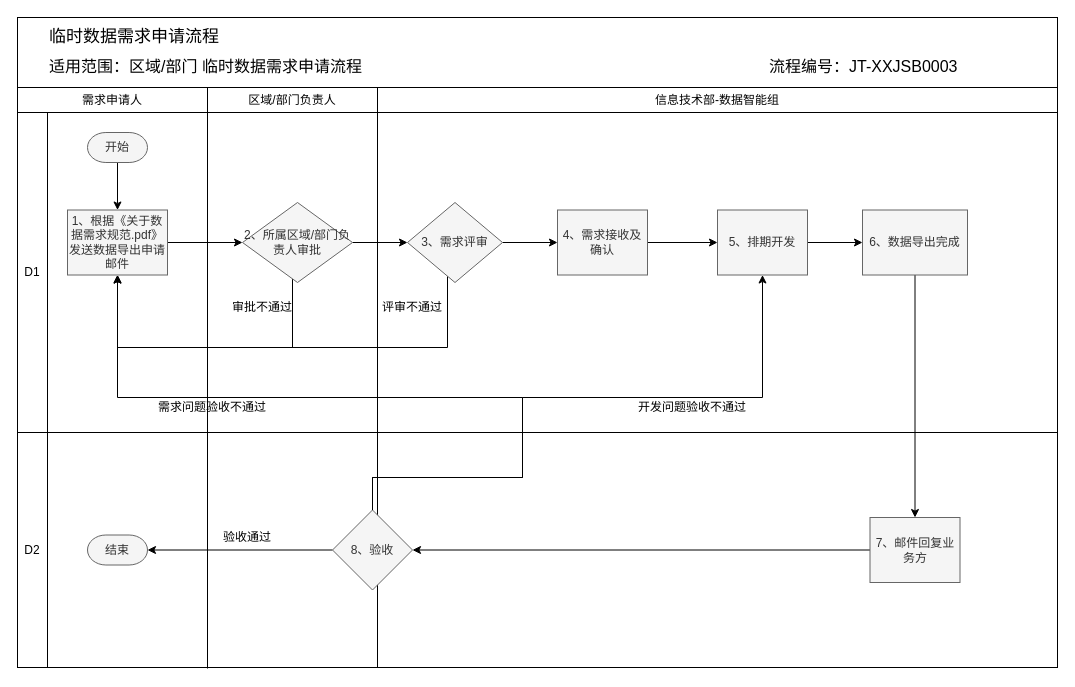
This is page "临时数据需求申请流程" (3 of 4) of pet_data_warehouse/内控流程.drawio from fangzheng0518/draw, a draw.io file, before an edit. Source tidied: cells renumbered, new cells numbered last; positions are measured from the earlier drawing's top-left corner, leaving out a move shared by most shapes. Both pictures are drawn from the tidied source at 100%, with x=0, y=0 at pixel (17, 17).
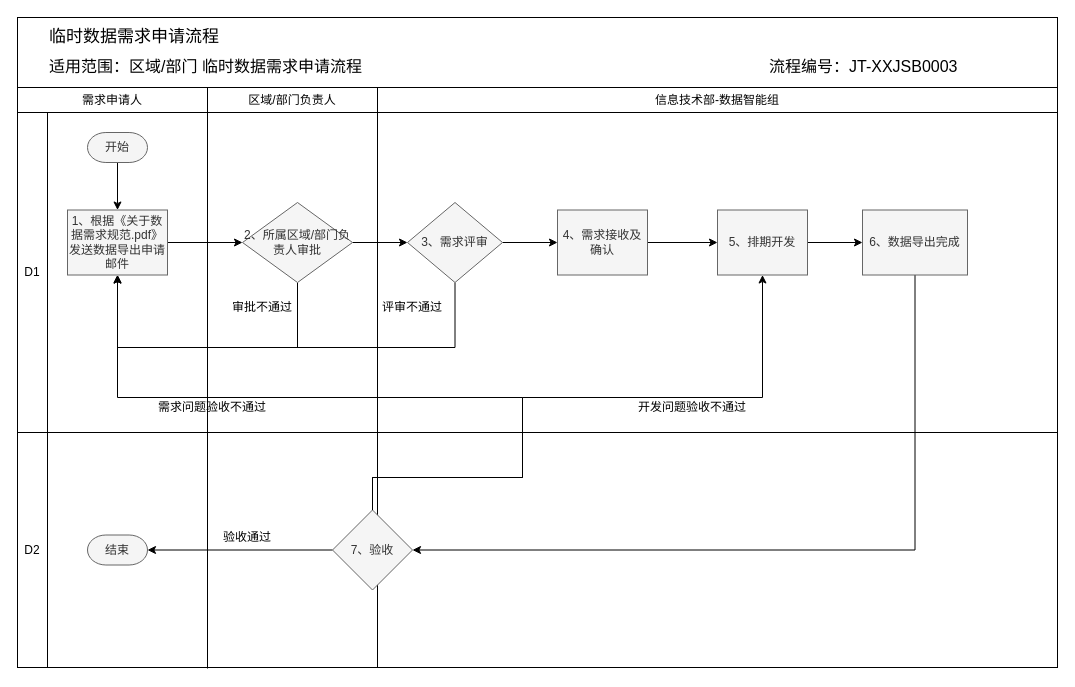
After the change.

The change refers to these unchanged cells:
```xml
<mxCell id="12" value="1、根据《关于数据需求规范.pdf》发送数据导出申请邮件" style="rounded=0;whiteSpace=wrap;html=1;strokeColor=#666666;strokeWidth=1;fillColor=#f5f5f5;fontColor=#333333;" parent="1" vertex="1">
  <mxGeometry x="50" y="192.5" width="100" height="65" as="geometry" />
</mxCell>
<mxCell id="15" value="2、所属区域/部门负责人审批" style="rhombus;whiteSpace=wrap;html=1;strokeColor=#666666;strokeWidth=1;fillColor=#f5f5f5;fontColor=#333333;" parent="1" vertex="1">
  <mxGeometry x="225" y="185" width="110" height="80" as="geometry" />
</mxCell>
<mxCell id="23" value="3、需求评审" style="rhombus;whiteSpace=wrap;html=1;strokeColor=#666666;strokeWidth=1;fillColor=#f5f5f5;fontColor=#333333;" parent="1" vertex="1">
  <mxGeometry x="390" y="185" width="95" height="80" as="geometry" />
</mxCell>
<mxCell id="28" value="6、数据导出完成" style="rounded=0;whiteSpace=wrap;html=1;strokeColor=#666666;strokeWidth=1;fillColor=#f5f5f5;fontColor=#333333;" parent="1" vertex="1">
  <mxGeometry x="845" y="192.5" width="105" height="65" as="geometry" />
</mxCell>
```

The edit, as a diff of the source:
```diff
@@
-    <mxCell id="13" style="edgeStyle=orthogonalEdgeStyle;rounded=0;jettySize=auto;html=1;entryX=0.5;entryY=1;entryDx=0;entryDy=0;" parent="1" edge="1" source="15" target="12">
+    <mxCell id="13" style="edgeStyle=orthogonalEdgeStyle;rounded=0;jettySize=auto;html=1;entryX=0.5;entryY=1;entryDx=0;entryDy=0;exitX=0.5;exitY=1;exitDx=0;exitDy=0;" parent="1" edge="1" source="15" target="12">
       <mxGeometry relative="1" as="geometry">
         <Array as="points">
-          <mxPoint x="275" y="330" />
+          <mxPoint x="280" y="330" />
           <mxPoint x="100" y="330" />
         </Array>
       </mxGeometry>
     </mxCell>
@@
-    <mxCell id="22" style="edgeStyle=orthogonalEdgeStyle;rounded=0;jettySize=auto;html=1;entryX=0.5;entryY=1;entryDx=0;entryDy=0;" parent="1" edge="1" source="23" target="12">
+    <mxCell id="22" style="edgeStyle=orthogonalEdgeStyle;rounded=0;jettySize=auto;html=1;entryX=0.5;entryY=1;entryDx=0;entryDy=0;exitX=0.5;exitY=1;exitDx=0;exitDy=0;" parent="1" edge="1" source="23" target="12">
       <mxGeometry relative="1" as="geometry">
         <Array as="points">
-          <mxPoint x="430" y="330" />
+          <mxPoint x="438" y="330" />
           <mxPoint x="100" y="330" />
         </Array>
       </mxGeometry>
     </mxCell>
@@
-    <mxCell id="27" style="edgeStyle=orthogonalEdgeStyle;rounded=0;jettySize=auto;html=1;entryX=0.5;entryY=0;entryDx=0;entryDy=0;" parent="1" edge="1" source="28" target="44">
-      <mxGeometry relative="1" as="geometry" />
-    </mxCell>
+    <mxCell id="45" style="edgeStyle=orthogonalEdgeStyle;rounded=0;jettySize=auto;html=1;entryX=1;entryY=0.5;entryDx=0;entryDy=0;" parent="1" edge="1" source="28" target="39">
+      <mxGeometry relative="1" as="geometry">
+        <Array as="points">
+          <mxPoint x="898" y="533" />
+        </Array>
+      </mxGeometry>
+    </mxCell>
@@
-    <mxCell id="39" value="8、验收" style="rhombus;whiteSpace=wrap;html=1;strokeColor=#666666;strokeWidth=1;fillColor=#f5f5f5;fontColor=#333333;" parent="1" vertex="1">
+    <mxCell id="39" value="7、验收" style="rhombus;whiteSpace=wrap;html=1;strokeColor=#666666;strokeWidth=1;fillColor=#f5f5f5;fontColor=#333333;" parent="1" vertex="1">
       <mxGeometry x="315" y="492.5" width="80" height="80" as="geometry" />
     </mxCell>
@@
-    <mxCell id="43" style="edgeStyle=orthogonalEdgeStyle;rounded=0;jettySize=auto;html=1;entryX=1;entryY=0.5;entryDx=0;entryDy=0;" parent="1" edge="1" source="44" target="39">
-      <mxGeometry relative="1" as="geometry" />
-    </mxCell>
-    <mxCell id="44" value="7、邮件回复业务方" style="rounded=0;whiteSpace=wrap;html=1;strokeColor=#666666;strokeWidth=1;fillColor=#f5f5f5;fontColor=#333333;" parent="1" vertex="1">
-      <mxGeometry x="852.5" y="500" width="90" height="65" as="geometry" />
-    </mxCell>
```
